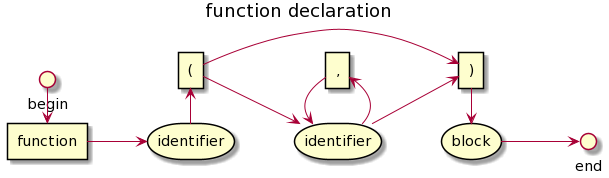
AndreyBezverkhniy/KVM keeps this PlantUML diagram as img/constructions/function_declaration.png. Above is the earlier version.
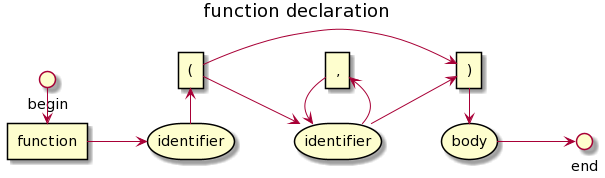
The same diagram one commit later.

What changed in the source:
```diff
@@ -10,7 +10,7 @@
 storage "identifier" as identifier2
 rectangle "," as comma
 rectangle ")" as R
-storage block
+storage body
 
 
 BEGIN->function
@@ -21,6 +21,6 @@
 identifier2-->R
 comma<-identifier2
 comma->identifier2
-R->block
-block-->END
+R->body
+body-->END
 @enduml
```
